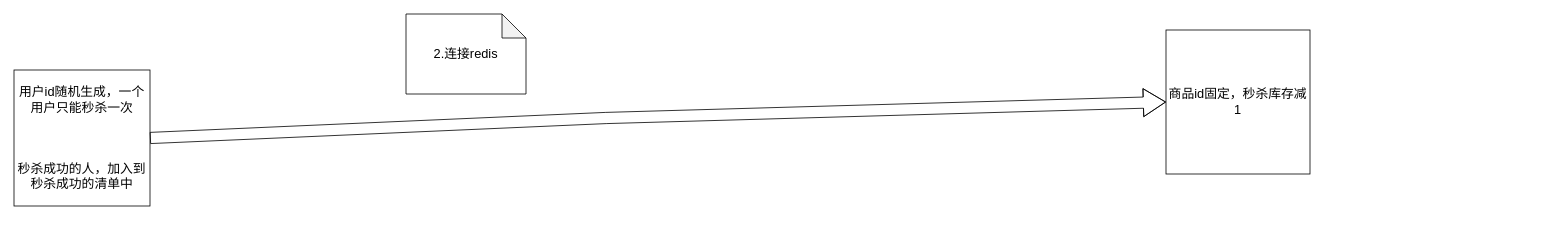
Above: Arithmetic/王泽老师-redis-.drawio in lzyooyle/TikTok (draw.io), before the change. Source tidied: cells renumbered, new cells numbered last; positions are measured from the earlier drawing's top-left corner, leaving out a move shared by most shapes. Both pictures are drawn from the tidied source at 80%, with x=0, y=0 at pixel (14, 14).
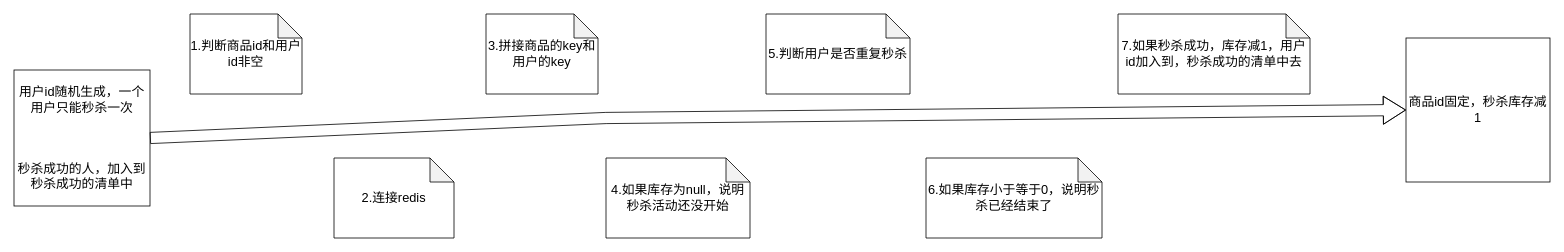
The same page after the edit.

Change to the diagram source:
```diff
@@
 <mxGraphModel>
   <root>
     <mxCell id="0" />
     <mxCell id="1" parent="0" />
     <mxCell id="2" value="&lt;font style=&quot;font-size: 16px&quot;&gt;用户id随机生成，一个用户只能秒杀一次&lt;br&gt;&lt;br&gt;&lt;br&gt;&lt;br&gt;秒杀成功的人，加入到秒杀成功的清单中&lt;/font&gt;" style="whiteSpace=wrap;html=1;" parent="1" vertex="1">
       <mxGeometry y="70" width="170" height="170" as="geometry" />
     </mxCell>
     <mxCell id="3" value="商品id固定，秒杀库存减1" style="whiteSpace=wrap;html=1;fontSize=16;" parent="1" vertex="1">
-      <mxGeometry x="1440" y="20" width="180" height="180" as="geometry" />
+      <mxGeometry x="1740" y="30" width="180" height="180" as="geometry" />
     </mxCell>
     <mxCell id="4" style="shape=flexArrow;endArrow=classic;html=1;rounded=0;fontSize=16;entryX=0;entryY=0.5;entryDx=0;entryDy=0;exitX=1;exitY=0.5;exitDx=0;exitDy=0;width=14;endSize=8.95;" parent="1" edge="1" source="2" target="3">
       <mxGeometry relative="1" as="geometry">
         <Array as="points">
           <mxPoint x="740" y="130" />
         </Array>
       </mxGeometry>
     </mxCell>
     <mxCell id="5" value="2.连接redis" style="shape=note;whiteSpace=wrap;html=1;backgroundOutline=1;darkOpacity=0.05;fontSize=16;" parent="1" vertex="1">
-      <mxGeometry x="490" width="150" height="100" as="geometry" />
+      <mxGeometry x="400" y="180" width="150" height="100" as="geometry" />
     </mxCell>
+    <mxCell id="6" value="1.判断商品id和用户id非空" style="shape=note;whiteSpace=wrap;html=1;backgroundOutline=1;darkOpacity=0.05;fontSize=16;" parent="1" vertex="1">
+      <mxGeometry x="220" width="140" height="100" as="geometry" />
+    </mxCell>
+    <mxCell id="7" value="3.拼接商品的key和用户的key" style="shape=note;whiteSpace=wrap;html=1;backgroundOutline=1;darkOpacity=0.05;fontSize=16;" parent="1" vertex="1">
+      <mxGeometry x="590" width="140" height="100" as="geometry" />
+    </mxCell>
+    <mxCell id="8" value="4.如果库存为null，说明秒杀活动还没开始" style="shape=note;whiteSpace=wrap;html=1;backgroundOutline=1;darkOpacity=0.05;fontSize=16;" parent="1" vertex="1">
+      <mxGeometry x="740" y="180" width="180" height="100" as="geometry" />
+    </mxCell>
+    <mxCell id="9" value="5.判断用户是否重复秒杀" style="shape=note;whiteSpace=wrap;html=1;backgroundOutline=1;darkOpacity=0.05;fontSize=16;" parent="1" vertex="1">
+      <mxGeometry x="940" width="180" height="100" as="geometry" />
+    </mxCell>
+    <mxCell id="10" value="6.如果库存小于等于0，说明秒杀已经结束了" style="shape=note;whiteSpace=wrap;html=1;backgroundOutline=1;darkOpacity=0.05;fontSize=16;" parent="1" vertex="1">
+      <mxGeometry x="1140" y="180" width="220" height="100" as="geometry" />
+    </mxCell>
+    <mxCell id="11" value="7.如果秒杀成功，库存减1，用户id加入到，秒杀成功的清单中去" style="shape=note;whiteSpace=wrap;html=1;backgroundOutline=1;darkOpacity=0.05;fontSize=16;" parent="1" vertex="1">
+      <mxGeometry x="1380" width="240" height="100" as="geometry" />
+    </mxCell>
   </root>
 </mxGraphModel>
```
